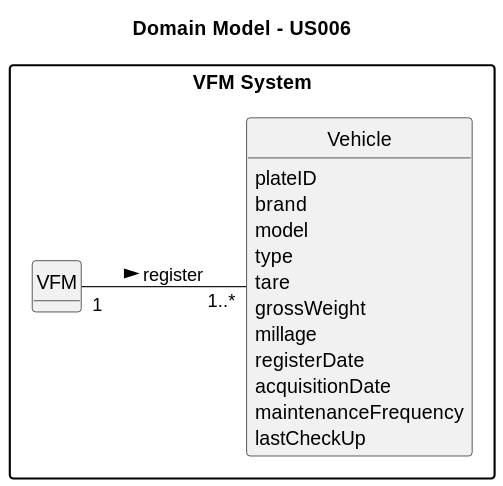
Before: docs/sprintC/us006/02.analysis/svg/us006-domain-model.svg, a diagram exported from PlantUML (SAEmanuel/Green_Spaces_Management_ISEP). Source of this version:
```plantuml
@startuml
skinparam monochrome true
skinparam packageStyle rectangle
skinparam shadowing false

skinparam classAttributeIconSize 0
left to right direction

hide circles
hide methods

title Domain Model - US006

package "VFM System" {

    class VFM {
    }

    class Vehicle {
         plateID
         brand
         model
         type
         tare
         grossWeight
         millage
         registerDate
         acquisitionDate
         maintenanceFrequency
         lastCheckUp
    }


    VFM "1" -- "1..*" Vehicle : register >
}
@enduml
```
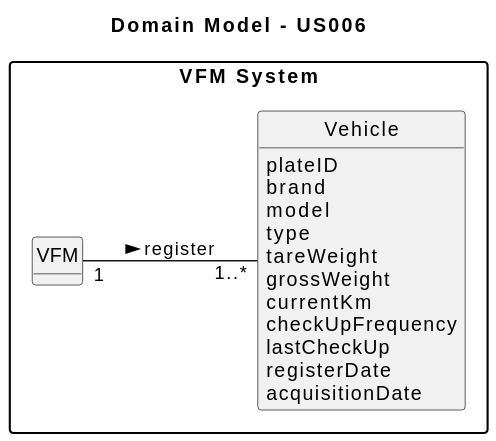
The same file after the commit.

Change to the diagram source:
```diff
@@ -21,13 +21,13 @@
          brand
          model
          type
-         tare
+         tareWeight
          grossWeight
-         millage
+         currentKm
+         checkUpFrequency
+         lastCheckUp
          registerDate
          acquisitionDate
-         maintenanceFrequency
-         lastCheckUp
     }
 
 
```
